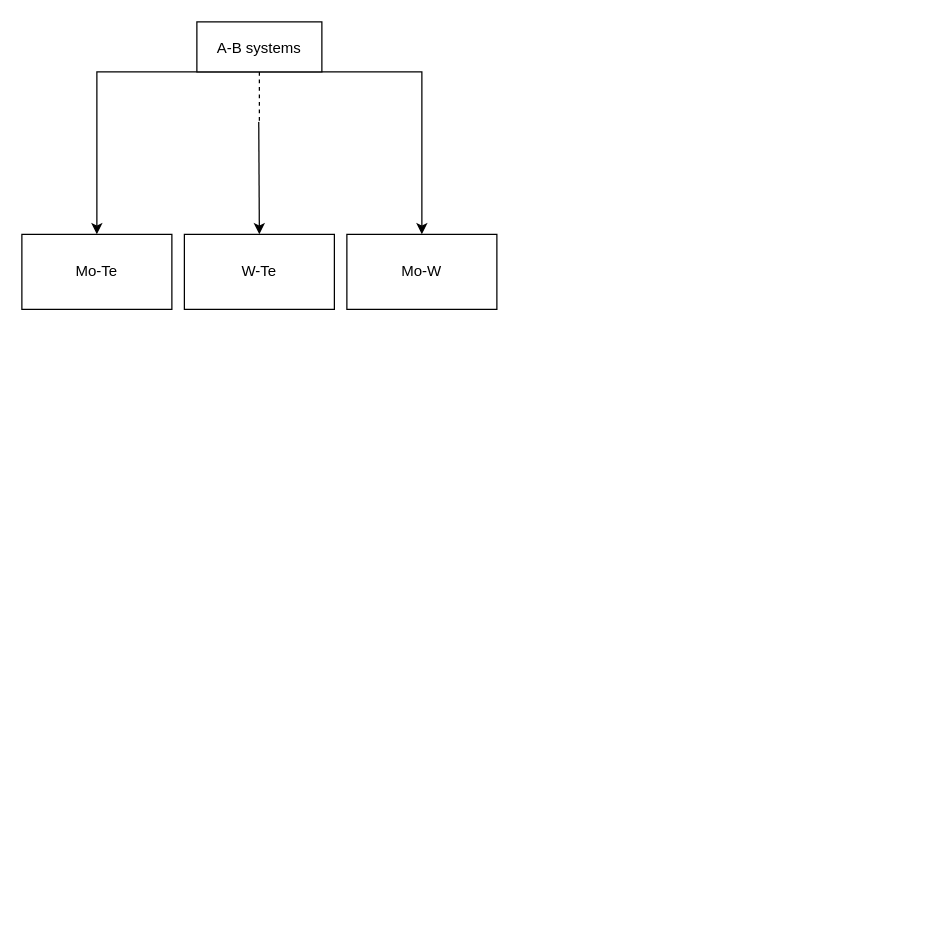
Shreyamkmr/MTPgraphs keeps this draw.io diagram as project workflow.drawio. Above is the earlier version. Source tidied: cells renumbered, new cells numbered last; positions are measured from the earlier drawing's top-left corner, leaving out a move shared by most shapes. Both pictures are drawn from the tidied source at 125%, with x=0, y=0 at pixel (21, 21).
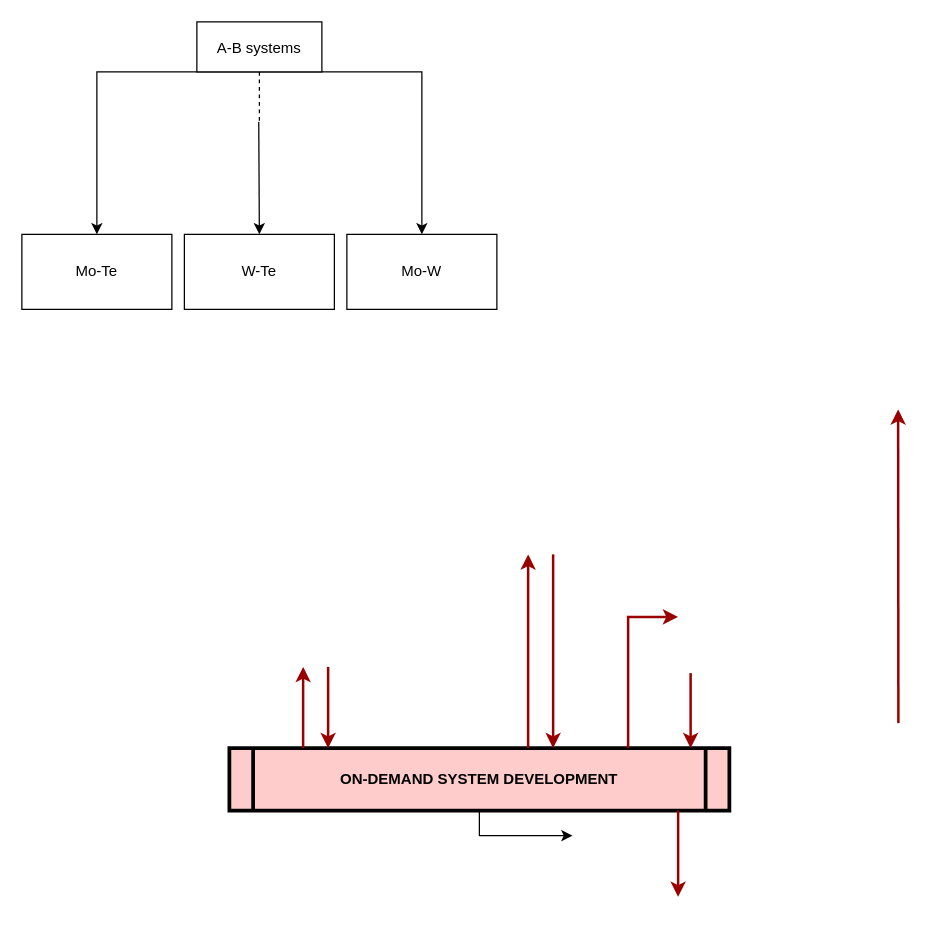
After the change.

The edit, as a diff of the source:
```diff
@@
+    <mxCell id="9" style="edgeStyle=orthogonalEdgeStyle;rounded=0;jettySize=auto;html=1;" parent="1" edge="1" source="10">
+      <mxGeometry relative="1" as="geometry">
+        <mxPoint x="440" y="651" as="targetPoint" />
+      </mxGeometry>
+    </mxCell>
+    <mxCell id="10" value="ON-DEMAND SYSTEM DEVELOPMENT" style="shape=process;whiteSpace=wrap;align=center;verticalAlign=middle;size=0.0475;fontStyle=1;strokeWidth=3;fillColor=#FFCCCC;" parent="1" vertex="1">
+      <mxGeometry x="166" y="581" width="400" height="50" as="geometry" />
+    </mxCell>
+    <mxCell id="11" style="edgeStyle=elbowEdgeStyle;elbow=horizontal;strokeColor=#990000;strokeWidth=2;rounded=0;" parent="1" edge="1" source="10">
+      <mxGeometry relative="1" as="geometry">
+        <mxPoint x="225" y="516" as="targetPoint" />
+        <Array as="points">
+          <mxPoint x="225" y="560" />
+        </Array>
+      </mxGeometry>
+    </mxCell>
+    <mxCell id="12" style="edgeStyle=elbowEdgeStyle;elbow=horizontal;strokeColor=#990000;strokeWidth=2;rounded=0;" parent="1" edge="1" target="10">
+      <mxGeometry relative="1" as="geometry">
+        <mxPoint x="245" y="516" as="sourcePoint" />
+        <Array as="points">
+          <mxPoint x="245" y="550" />
+        </Array>
+      </mxGeometry>
+    </mxCell>
+    <mxCell id="13" style="edgeStyle=elbowEdgeStyle;elbow=horizontal;strokeColor=#990000;strokeWidth=2;rounded=0;" parent="1" edge="1" source="10">
+      <mxGeometry relative="1" as="geometry">
+        <mxPoint x="405" y="426" as="targetPoint" />
+        <Array as="points">
+          <mxPoint x="405" y="500" />
+        </Array>
+      </mxGeometry>
+    </mxCell>
+    <mxCell id="14" style="edgeStyle=elbowEdgeStyle;elbow=horizontal;strokeColor=#990000;strokeWidth=2;rounded=0;" parent="1" edge="1" target="10">
+      <mxGeometry relative="1" as="geometry">
+        <mxPoint x="425" y="426" as="sourcePoint" />
+        <Array as="points">
+          <mxPoint x="425" y="510" />
+        </Array>
+      </mxGeometry>
+    </mxCell>
+    <mxCell id="15" style="edgeStyle=elbowEdgeStyle;elbow=horizontal;strokeColor=#990000;strokeWidth=2;rounded=0;" parent="1" edge="1">
+      <mxGeometry relative="1" as="geometry">
+        <mxPoint x="701.2" y="561" as="sourcePoint" />
+        <mxPoint x="701.2" y="310" as="targetPoint" />
+      </mxGeometry>
+    </mxCell>
+    <mxCell id="16" style="edgeStyle=elbowEdgeStyle;elbow=horizontal;strokeColor=#990000;strokeWidth=2;rounded=0;" parent="1" edge="1" target="10">
+      <mxGeometry relative="1" as="geometry">
+        <mxPoint x="535" y="521" as="sourcePoint" />
+        <Array as="points">
+          <mxPoint x="535" y="550" />
+        </Array>
+      </mxGeometry>
+    </mxCell>
+    <mxCell id="17" style="edgeStyle=segmentEdgeStyle;strokeColor=#990000;strokeWidth=2;rounded=0;" parent="1" edge="1" source="10">
+      <mxGeometry relative="1" as="geometry">
+        <mxPoint x="525" y="476" as="targetPoint" />
+        <Array as="points">
+          <mxPoint x="485" y="476" />
+        </Array>
+      </mxGeometry>
+    </mxCell>
+    <mxCell id="18" style="edgeStyle=elbowEdgeStyle;elbow=horizontal;strokeColor=#990000;strokeWidth=2;rounded=0;" parent="1" edge="1" source="10">
+      <mxGeometry relative="1" as="geometry">
+        <mxPoint x="525" y="700" as="targetPoint" />
+        <Array as="points">
+          <mxPoint x="525" y="670" />
+        </Array>
+      </mxGeometry>
+    </mxCell>
+    <mxCell id="19" style="edgeStyle=orthogonalEdgeStyle;rounded=0;orthogonalLoop=1;jettySize=auto;html=1;" parent="1" edge="1">
+      <mxGeometry relative="1" as="geometry">
+        <mxPoint x="308.5" y="661" as="targetPoint" />
+      </mxGeometry>
+    </mxCell>
```
